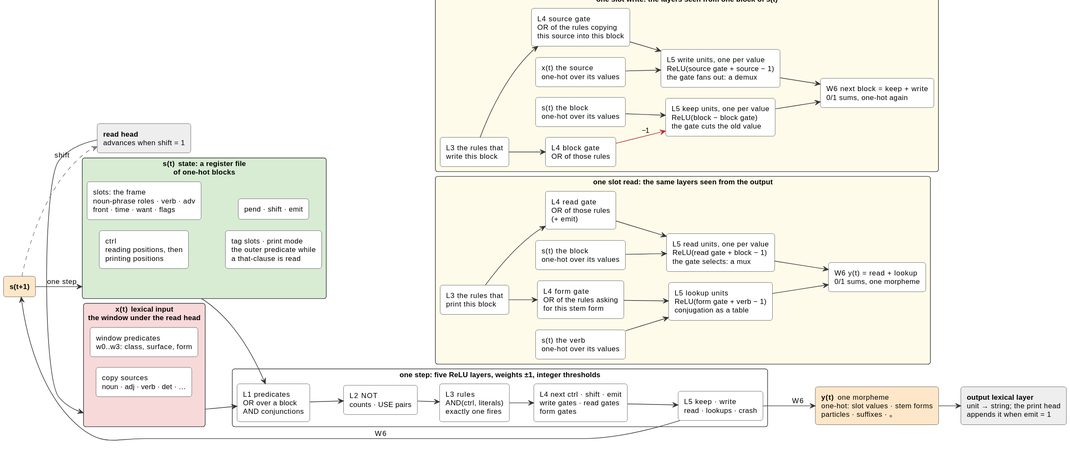
The PlantUML diagram docs/cell.svg in liuzix/RNNTranslator, before a commit.
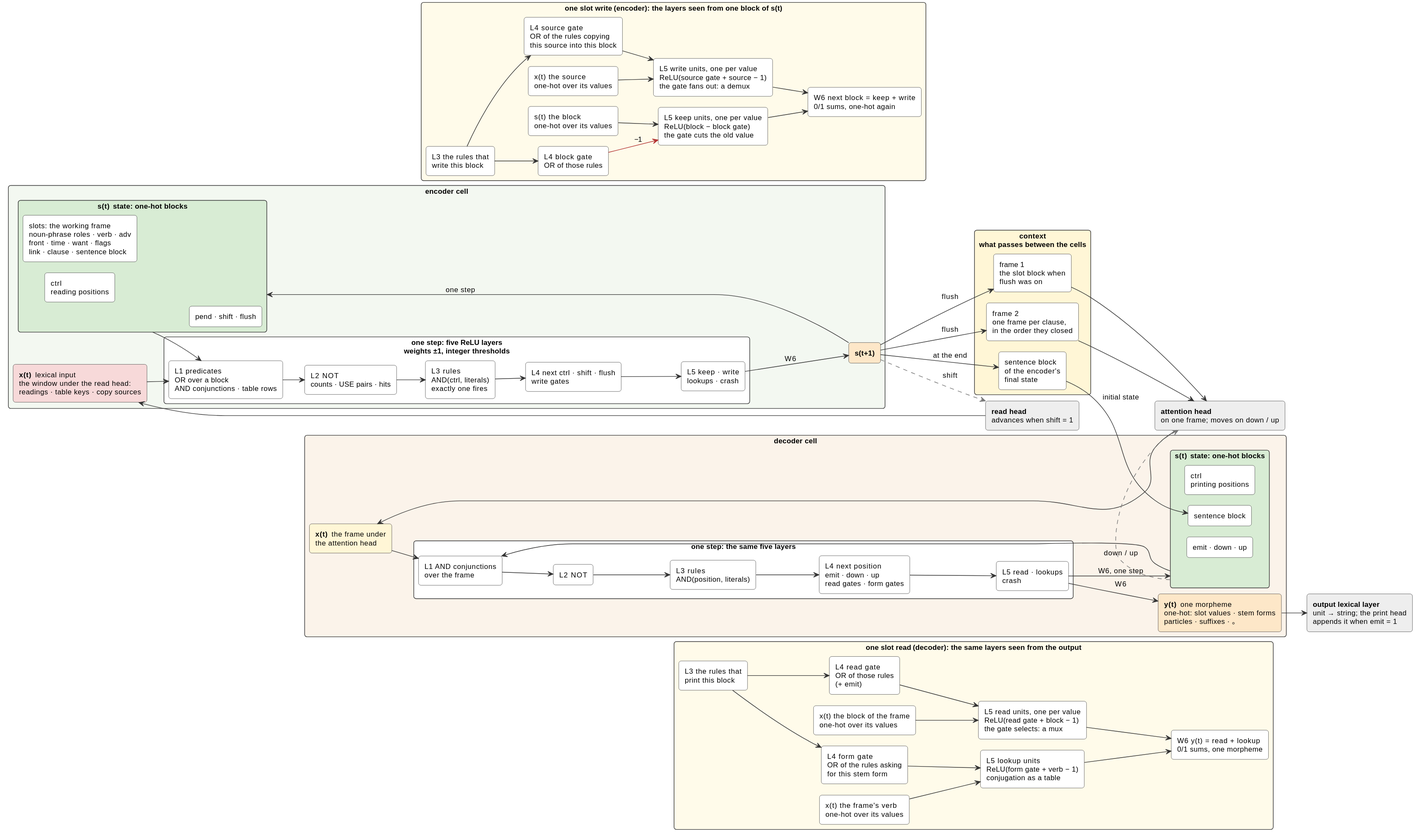
After the commit.

Change to the diagram source:
```diff
@@ -11,32 +11,53 @@
 }
 left to right direction
 
-rectangle "**x(t)**  lexical input\nthe window under the read head" as X #F7D9D9 {
-  rectangle "window predicates\nw0..w3: class, surface, form" as XP
-  rectangle "copy sources\nnoun · adj · verb · det · …" as XS
+rectangle "**read head**\nadvances when shift = 1" as HEAD #EEEEEE
+
+rectangle "**encoder cell**" as ENC #F3F8F1 {
+  rectangle "**x(t)**  lexical input\nthe window under the read head:\nreadings · table keys · copy sources" as X #F7D9D9
+  rectangle "**s(t)**  state: one-hot blocks" as S #D8ECD4 {
+    rectangle "ctrl\nreading positions" as CTRL
+    rectangle "slots: the working frame\nnoun-phrase roles · verb · adv\nfront · time · want · flags\nlink · clause · sentence block" as SLOTS
+    rectangle "pend · shift · flush" as PEND
+  }
+  rectangle "**one step**: five ReLU layers\nweights ±1, integer thresholds" as STEP {
+    rectangle "L1  predicates\nOR over a block\nAND conjunctions · table rows" as L1
+    rectangle "L2  NOT\ncounts · USE pairs · hits" as L2
+    rectangle "L3  rules\nAND(ctrl, literals)\nexactly one fires" as L3
+    rectangle "L4  next ctrl · shift · flush\nwrite gates" as L4
+    rectangle "L5  keep · write\nlookups · crash" as L5
+  }
+  rectangle "**s(t+1)**" as SN #FDE7C8
 }
 
-rectangle "**s(t)**  state: a register file\nof one-hot blocks" as S #D8ECD4 {
-  rectangle "ctrl\nreading positions, then\nprinting positions" as CTRL
-  rectangle "slots: the frame\nnoun-phrase roles · verb · adv\nfront · time · want · flags" as SLOTS
-  rectangle "tag slots · print mode\nthe outer predicate while\na that-clause is read" as TAGS
-  rectangle "pend · shift · emit" as PEND
+rectangle "**context**\nwhat passes between the cells" as CTX #FFF6D6 {
+  rectangle "frame 1\nthe slot block when\nflush was on" as F1
+  rectangle "frame 2\none frame per clause,\nin the order they closed" as F2
+  rectangle "sentence block\nof the encoder's\nfinal state" as SB
 }
 
-rectangle "**one step**: five ReLU layers, weights ±1, integer thresholds" as STEP {
-  rectangle "L1  predicates\nOR over a block\nAND conjunctions" as L1
-  rectangle "L2  NOT\ncounts · USE pairs" as L2
-  rectangle "L3  rules\nAND(ctrl, literals)\nexactly one fires" as L3
-  rectangle "L4  next ctrl · shift · emit\nwrite gates · read gates\nform gates" as L4
-  rectangle "L5  keep · write\nread · lookups · crash" as L5
+rectangle "**attention head**\non one frame; moves on down / up" as ATT #EEEEEE
+
+rectangle "**decoder cell**" as DEC #FBF3EA {
+  rectangle "**x(t)**  the frame under\nthe attention head" as DX #FFF6D6
+  rectangle "**s(t)**  state: one-hot blocks" as DS #D8ECD4 {
+    rectangle "ctrl\nprinting positions" as DCTRL
+    rectangle "sentence block" as DSENT
+    rectangle "emit · down · up" as DHEADS
+  }
+  rectangle "**one step**: the same five layers" as DSTEP {
+    rectangle "L1  AND conjunctions\nover the frame" as D1
+    rectangle "L2  NOT" as D2
+    rectangle "L3  rules\nAND(position, literals)" as D3
+    rectangle "L4  next position\nemit · down · up\nread gates · form gates" as D4
+    rectangle "L5  read · lookups\ncrash" as D5
+  }
+  rectangle "**y(t)**  one morpheme\none-hot: slot values · stem forms\nparticles · suffixes · 。" as Y #FDE7C8
 }
 
-rectangle "**s(t+1)**" as SN #FDE7C8
-rectangle "**y(t)**  one morpheme\none-hot: slot values · stem forms\nparticles · suffixes · 。" as Y #FDE7C8
 rectangle "**output lexical layer**\nunit → string; the print head\nappends it when emit = 1" as OUT #EEEEEE
-rectangle "**read head**\nadvances when shift = 1" as HEAD #EEEEEE
 
-rectangle "**one slot write**: the layers seen from one block of s(t)" as WRITE #FFFBEA {
+rectangle "**one slot write** (encoder): the layers seen from one block of s(t)" as WRITE #FFFBEA {
   rectangle "L3  the rules that\nwrite this block" as RULE
   rectangle "x(t)  the source\none-hot over its values" as SRC
   rectangle "s(t)  the block\none-hot over its values" as OLD
@@ -55,10 +76,10 @@
   KEEP --> NEXTB
 }
 
-rectangle "**one slot read**: the same layers seen from the output" as READ #FFFBEA {
+rectangle "**one slot read** (decoder): the same layers seen from the output" as READ #FFFBEA {
   rectangle "L3  the rules that\nprint this block" as RRULE
-  rectangle "s(t)  the block\none-hot over its values" as RBLK
-  rectangle "s(t)  the verb\none-hot over its values" as RFLAGS
+  rectangle "x(t)  the block of the frame\none-hot over its values" as RBLK
+  rectangle "x(t)  the frame's verb\none-hot over its values" as RFLAGS
   rectangle "L4  read gate\nOR of those rules\n(+ emit)" as RGATE
   rectangle "L4  form gate\nOR of the rules asking\nfor this stem form" as RFORM
   rectangle "L5  read units, one per value\nReLU(read gate + block − 1)\nthe gate selects: a mux" as RAND
@@ -82,11 +103,26 @@
 L3 --> L4
 L4 --> L5
 L5 --> SN : W6
-L5 --> Y : W6
 SN --> S : one step
+SN .[#777777,norank].> HEAD : shift
+SN --> F1 : flush
+SN --> F2 : flush
+SN --> SB : at the end
+F1 --> ATT
+F2 --> ATT
+ATT --> DX
+SB --> DSENT : initial state
+DX --> D1
+DS --> D1
+D1 --> D2
+D2 --> D3
+D3 --> D4
+D4 --> D5
+D5 --> Y : W6
+D5 --> DS : W6, one step
+DS .[#777777,norank].> ATT : down / up
 Y --> OUT
-SN .[#777777,norank].> HEAD : shift
 
 L2 -[hidden]-> RULE
-L2 -[hidden]-> RRULE
+D2 -[hidden]-> RRULE
 @enduml
```
